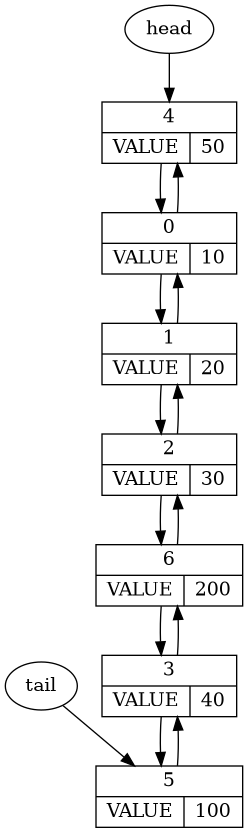
This is cmake-build-debug/dump.png from fckxorg/LinkedListArrays, a Graphviz export, as it was before one commit. Its source is kept beside it as cmake-build-debug/dump.dot.
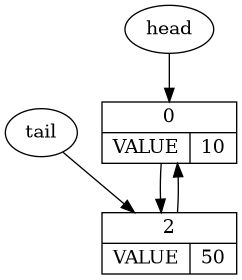
After the change.

What changed in the source:
```diff
@@ -1,23 +1,8 @@
 digraph {
-node4[label="{{4}|{VALUE | 50}}",shape=record];
 node0[label="{{0}|{VALUE | 10}}",shape=record];
-node0 -> node4;
-node4 -> node0;
-node1[label="{{1}|{VALUE | 20}}",shape=record];
-node1 -> node0;
-node0 -> node1;
-node2[label="{{2}|{VALUE | 30}}",shape=record];
-node2 -> node1;
-node1 -> node2;
-node6[label="{{6}|{VALUE | 200}}",shape=record];
-node6 -> node2;
-node2 -> node6;
-node3[label="{{3}|{VALUE | 40}}",shape=record];
-node3 -> node6;
-node6 -> node3;
-node5[label="{{5}|{VALUE | 100}}",shape=record];
-node5 -> node3;
-node3 -> node5;
-head -> node4;
-tail -> node5;
+node2[label="{{2}|{VALUE | 50}}",shape=record];
+node2 -> node0;
+node0 -> node2;
+head -> node0;
+tail -> node2;
 }
```
